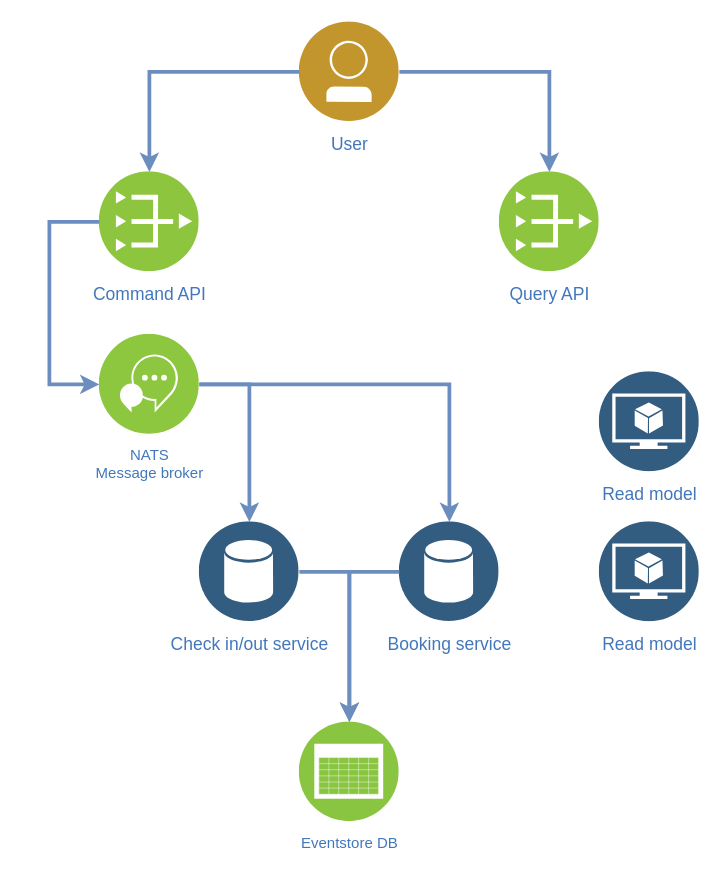
Above: Namnlöst diagram.drawio in thomaskrut/tekf (draw.io), before the change. Source tidied: cells renumbered, new cells numbered last; positions are measured from the earlier drawing's top-left corner, leaving out a move shared by most shapes. Both pictures are drawn from the tidied source at 125%, with x=0, y=0 at pixel (49, 21).
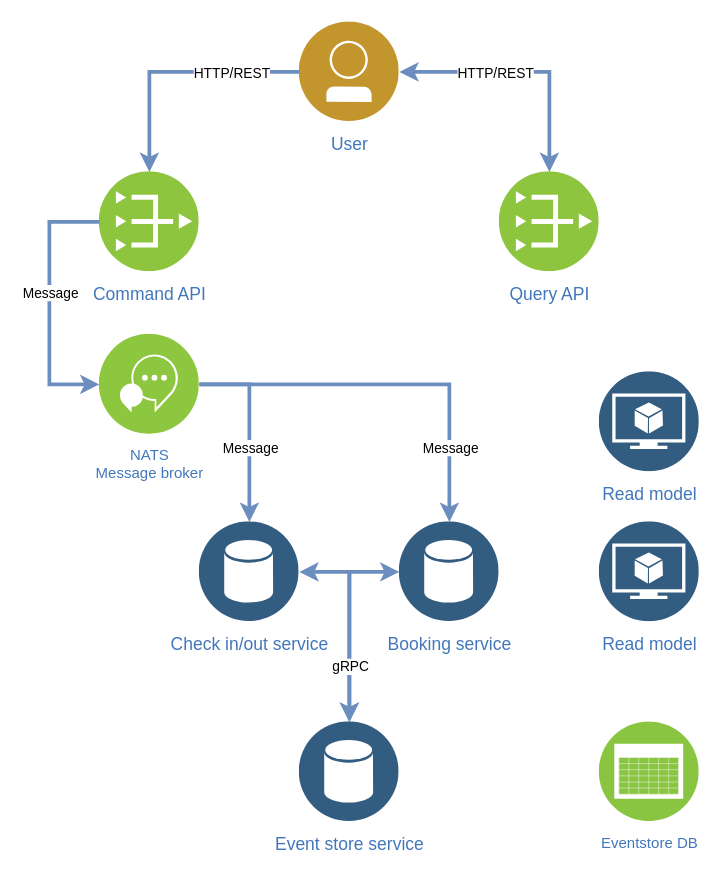
Above is the later version.

The change refers to these unchanged cells:
```xml
<mxCell id="2" value="&lt;div&gt;User&lt;/div&gt;" style="image;perimeter=ellipsePerimeter;html=1;align=center;shadow=0;dashed=0;fontColor=#4277BB;labelBackgroundColor=default;fontSize=14;spacingTop=3;image=img/lib/ibm/users/user.svg;" parent="1" vertex="1">
  <mxGeometry x="200" width="80" height="80" as="geometry" />
</mxCell>
<mxCell id="5" value="Query API" style="image;perimeter=ellipsePerimeter;html=1;align=center;shadow=0;dashed=0;fontColor=#4277BB;labelBackgroundColor=default;fontSize=14;spacingTop=3;image=img/lib/ibm/vpc/PublicGateway.svg;" parent="1" vertex="1">
  <mxGeometry x="360" y="120" width="80" height="80" as="geometry" />
</mxCell>
<mxCell id="7" style="edgeStyle=elbowEdgeStyle;rounded=0;elbow=vertical;html=1;labelBackgroundColor=#ffffff;endArrow=classic;endFill=1;endSize=6;jettySize=auto;strokeWidth=3;fontSize=14;exitX=0;exitY=0.5;exitDx=0;exitDy=0;fillColor=#dae8fc;strokeColor=#6c8ebf;entryX=0.5;entryY=0;entryDx=0;entryDy=0;" parent="1" edge="1" source="2" target="6">
  <mxGeometry relative="1" as="geometry">
    <Array as="points">
      <mxPoint x="130" y="40" />
    </Array>
  </mxGeometry>
</mxCell>
<mxCell id="9" style="edgeStyle=elbowEdgeStyle;rounded=0;elbow=vertical;html=1;labelBackgroundColor=#ffffff;endArrow=classic;endFill=1;endSize=6;jettySize=auto;strokeWidth=3;fontSize=14;fillColor=#dae8fc;strokeColor=#6c8ebf;" parent="1" edge="1" source="6" target="4">
  <mxGeometry relative="1" as="geometry">
    <Array as="points">
      <mxPoint y="160" />
    </Array>
  </mxGeometry>
</mxCell>
<mxCell id="11" value="Booking service" style="image;perimeter=ellipsePerimeter;html=1;align=center;shadow=0;dashed=0;fontColor=#4277BB;labelBackgroundColor=default;fontSize=14;spacingTop=3;image=img/lib/ibm/data/data_services.svg;" parent="1" vertex="1">
  <mxGeometry x="280" y="400" width="80" height="80" as="geometry" />
</mxCell>
<mxCell id="12" value="Check in/out service" style="image;perimeter=ellipsePerimeter;html=1;align=center;shadow=0;dashed=0;fontColor=#4277BB;labelBackgroundColor=default;fontSize=14;spacingTop=3;image=img/lib/ibm/data/data_services.svg;" parent="1" vertex="1">
  <mxGeometry x="120" y="400" width="80" height="80" as="geometry" />
</mxCell>
<mxCell id="14" style="edgeStyle=elbowEdgeStyle;rounded=0;elbow=vertical;html=1;labelBackgroundColor=#ffffff;endArrow=classic;endFill=1;endSize=6;jettySize=auto;strokeWidth=3;fontSize=14;fillColor=#dae8fc;strokeColor=#6c8ebf;entryX=0.5;entryY=0;entryDx=0;entryDy=0;" parent="1" edge="1" source="4" target="11">
  <mxGeometry relative="1" as="geometry">
    <Array as="points">
      <mxPoint x="300" y="290" />
    </Array>
  </mxGeometry>
</mxCell>
```

Diff of the diagram source:
```diff
@@
     <mxCell id="3" value="Eventstore DB" style="image;perimeter=ellipsePerimeter;html=1;align=center;shadow=0;dashed=0;fontColor=#4277BB;labelBackgroundColor=default;fontSize=12;spacingTop=3;image=img/lib/ibm/infrastructure/event_feed.svg;" parent="1" vertex="1">
-      <mxGeometry x="200" y="560" width="80" height="80" as="geometry" />
+      <mxGeometry x="440" y="560" width="80" height="80" as="geometry" />
     </mxCell>
@@
+    <mxCell id="18" value="&lt;div&gt;HTTP/REST&lt;/div&gt;" style="edgeLabel;html=1;align=center;verticalAlign=middle;" parent="7" vertex="1">
+      <mxGeometry x="-0.45" relative="1" as="geometry" />
+    </mxCell>
-    <mxCell id="8" style="edgeStyle=elbowEdgeStyle;rounded=0;elbow=vertical;html=1;labelBackgroundColor=#ffffff;endArrow=classic;endFill=1;endSize=6;jettySize=auto;strokeWidth=3;fontSize=14;exitX=1;exitY=0.5;exitDx=0;exitDy=0;entryX=0.5;entryY=0;entryDx=0;entryDy=0;fillColor=#dae8fc;strokeColor=#6c8ebf;" parent="1" edge="1" source="2" target="5">
+    <mxCell id="8" style="edgeStyle=elbowEdgeStyle;rounded=0;elbow=vertical;html=1;labelBackgroundColor=#ffffff;endArrow=classic;endFill=1;endSize=6;jettySize=auto;strokeWidth=3;fontSize=14;exitX=1;exitY=0.5;exitDx=0;exitDy=0;entryX=0.5;entryY=0;entryDx=0;entryDy=0;fillColor=#dae8fc;strokeColor=#6c8ebf;startArrow=classic;startFill=1;" parent="1" edge="1" source="2" target="5">
       <mxGeometry relative="1" as="geometry">
         <Array as="points">
           <mxPoint x="330" y="40" />
         </Array>
       </mxGeometry>
     </mxCell>
+    <mxCell id="19" value="HTTP/REST" style="edgeLabel;html=1;align=center;verticalAlign=middle;" parent="8" vertex="1">
+      <mxGeometry x="-0.24" y="-4" relative="1" as="geometry">
+        <mxPoint y="-4" as="offset" />
+      </mxGeometry>
+    </mxCell>
@@
+    <mxCell id="20" value="&lt;div&gt;Message&lt;/div&gt;" style="edgeLabel;html=1;align=center;verticalAlign=middle;" parent="9" vertex="1">
+      <mxGeometry x="-0.17" relative="1" as="geometry">
+        <mxPoint y="9" as="offset" />
+      </mxGeometry>
+    </mxCell>
@@
+    <mxCell id="21" value="&lt;div&gt;Message&lt;/div&gt;" style="edgeLabel;html=1;align=center;verticalAlign=middle;" parent="14" vertex="1">
+      <mxGeometry x="-0.21" relative="1" as="geometry">
+        <mxPoint x="-82" y="50" as="offset" />
+      </mxGeometry>
+    </mxCell>
-    <mxCell id="15" style="edgeStyle=elbowEdgeStyle;rounded=0;elbow=vertical;html=1;labelBackgroundColor=#ffffff;endArrow=classic;endFill=1;endSize=6;jettySize=auto;strokeWidth=3;fontSize=14;fillColor=#dae8fc;strokeColor=#6c8ebf;" parent="1" edge="1" source="12" target="3">
+    <mxCell id="15" style="edgeStyle=elbowEdgeStyle;rounded=0;elbow=vertical;html=1;labelBackgroundColor=#ffffff;endArrow=classic;endFill=1;endSize=6;jettySize=auto;strokeWidth=3;fontSize=14;fillColor=#dae8fc;strokeColor=#6c8ebf;startArrow=classic;startFill=1;" parent="1" edge="1" source="12" target="24">
       <mxGeometry relative="1" as="geometry">
         <Array as="points">
           <mxPoint x="240" y="440" />
         </Array>
       </mxGeometry>
     </mxCell>
-    <mxCell id="16" style="edgeStyle=elbowEdgeStyle;rounded=0;elbow=vertical;html=1;labelBackgroundColor=#ffffff;endArrow=classic;endFill=1;endSize=6;jettySize=auto;strokeWidth=3;fontSize=14;fillColor=#dae8fc;strokeColor=#6c8ebf;entryX=0.5;entryY=0;entryDx=0;entryDy=0;" parent="1" edge="1" source="11" target="3">
+    <mxCell id="16" style="edgeStyle=elbowEdgeStyle;rounded=0;elbow=vertical;html=1;labelBackgroundColor=#ffffff;endArrow=classic;endFill=1;endSize=6;jettySize=auto;strokeWidth=3;fontSize=14;fillColor=#dae8fc;strokeColor=#6c8ebf;startArrow=classic;startFill=1;" parent="1" edge="1" source="11" target="24">
       <mxGeometry relative="1" as="geometry">
         <Array as="points">
           <mxPoint x="240" y="440" />
         </Array>
       </mxGeometry>
     </mxCell>
+    <mxCell id="22" value="gRPC" style="edgeLabel;html=1;align=center;verticalAlign=middle;" parent="16" vertex="1">
+      <mxGeometry x="0.44" relative="1" as="geometry" />
+    </mxCell>
@@
+    <mxCell id="23" value="&lt;div&gt;Message&lt;/div&gt;" style="edgeLabel;html=1;align=center;verticalAlign=middle;" parent="1" vertex="1">
+      <mxGeometry x="320" y="340" as="geometry" />
+    </mxCell>
+    <mxCell id="24" value="Event store service" style="image;perimeter=ellipsePerimeter;html=1;align=center;shadow=0;dashed=0;fontColor=#4277BB;labelBackgroundColor=default;fontSize=14;spacingTop=3;image=img/lib/ibm/data/data_services.svg;" parent="1" vertex="1">
+      <mxGeometry x="200" y="560" width="80" height="80" as="geometry" />
+    </mxCell>
```
